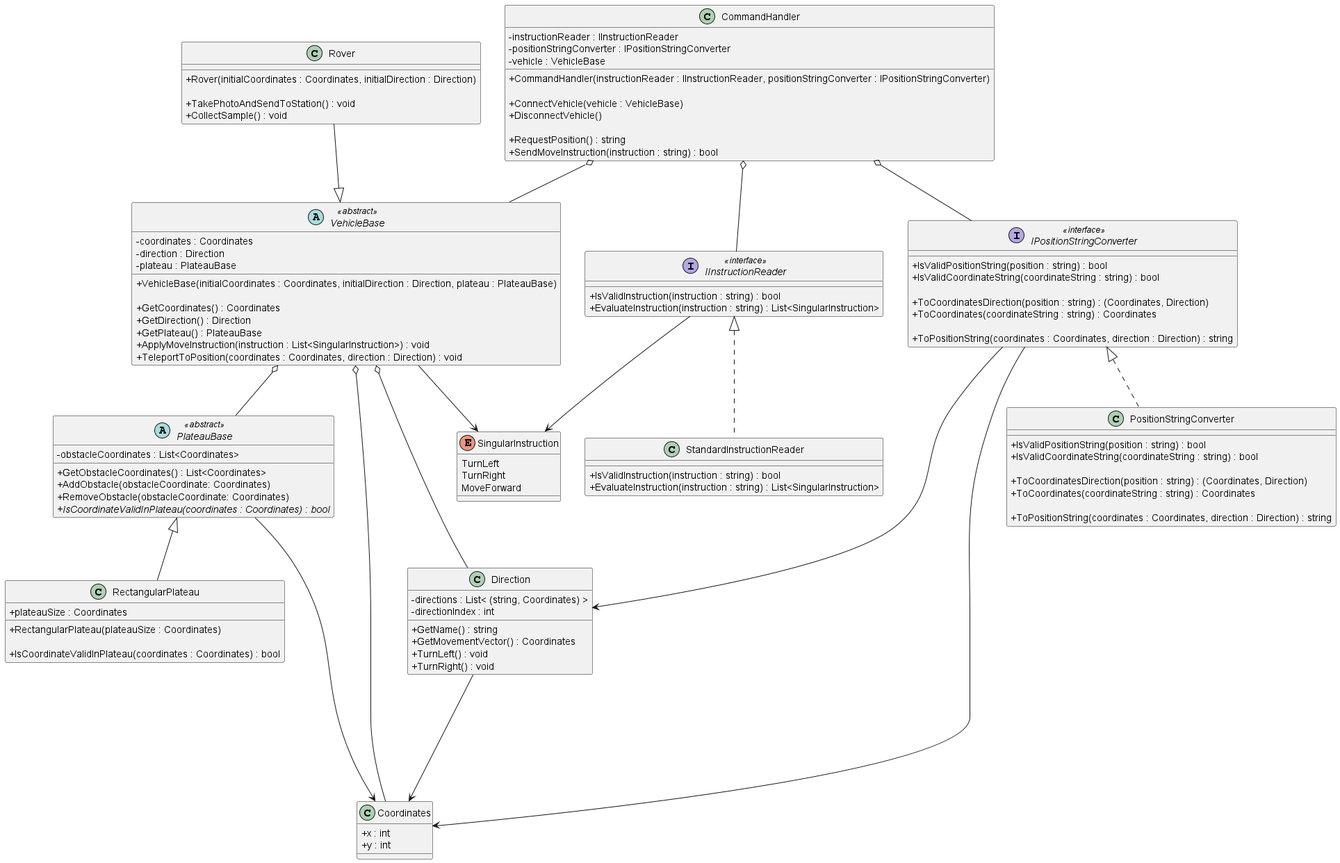
Before: puml/Mars Rover Challenge.png, a diagram exported from PlantUML (iamfranco/MarsRoverChallenge).
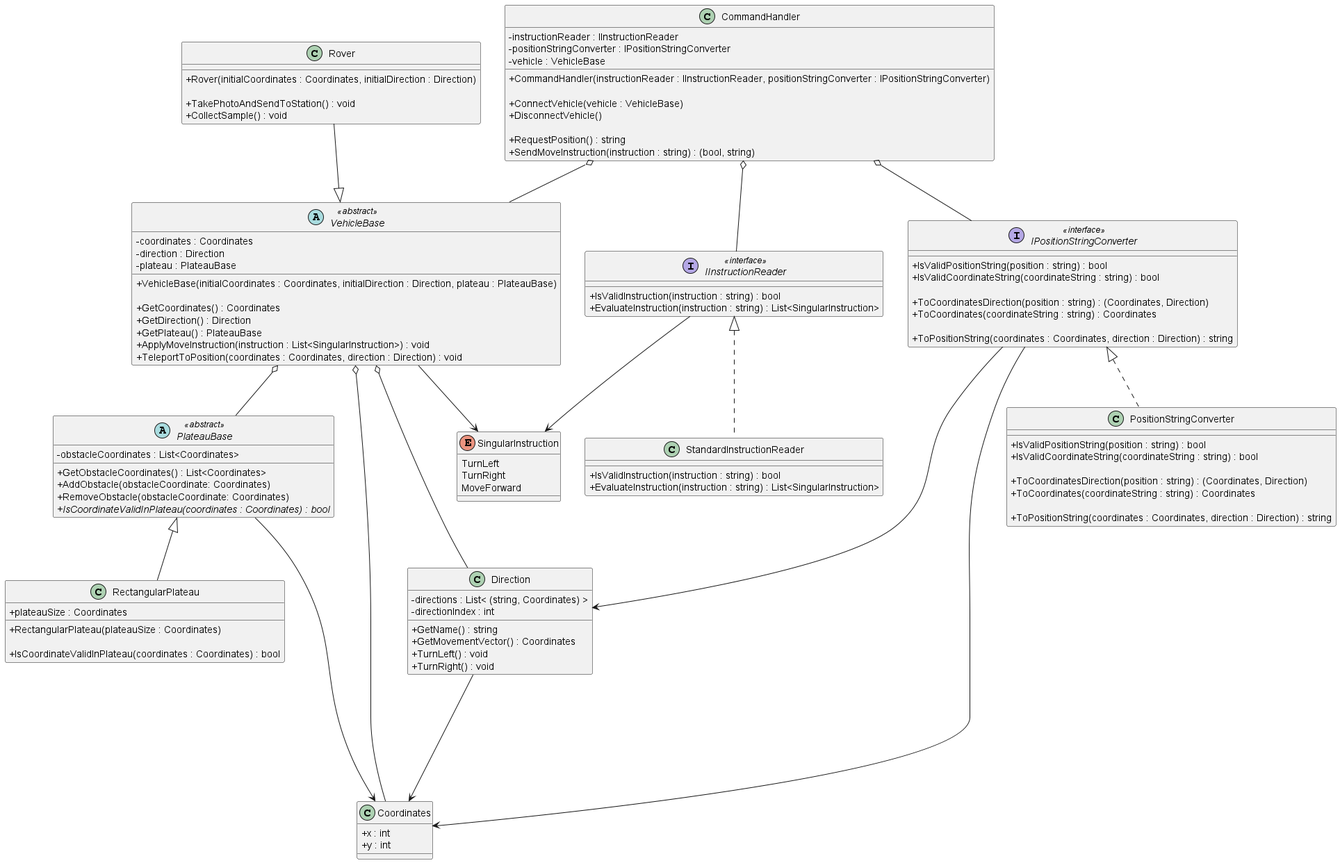
After the change.

Commit message:
UML: change SendMoveInstruction return type to tuple

Diff of the diagram source:
```diff
@@ -113,7 +113,7 @@
   + DisconnectVehicle()
 
   + RequestPosition() : string
-  + SendMoveInstruction(instruction : string) : bool
+  + SendMoveInstruction(instruction : string) : (bool, string)
 }
 
 CommandHandler o-- IInstructionReader
```
